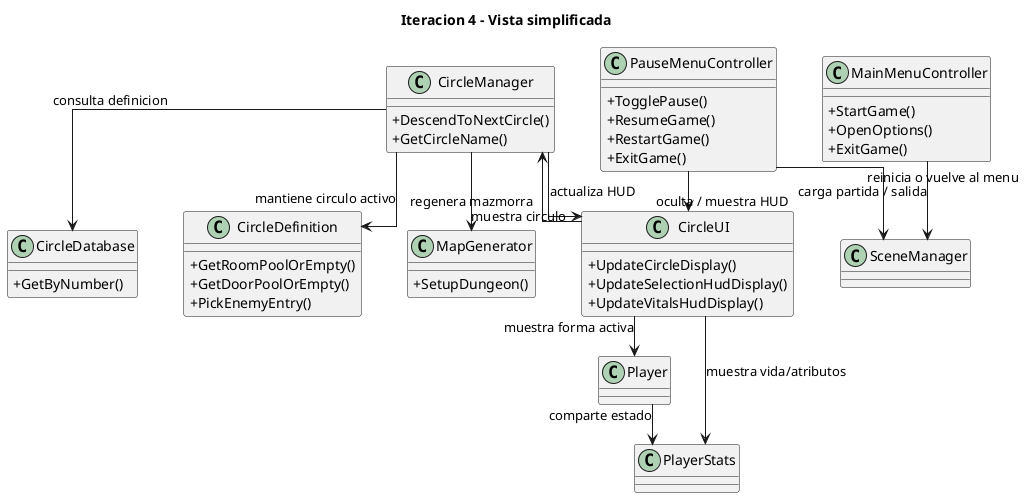
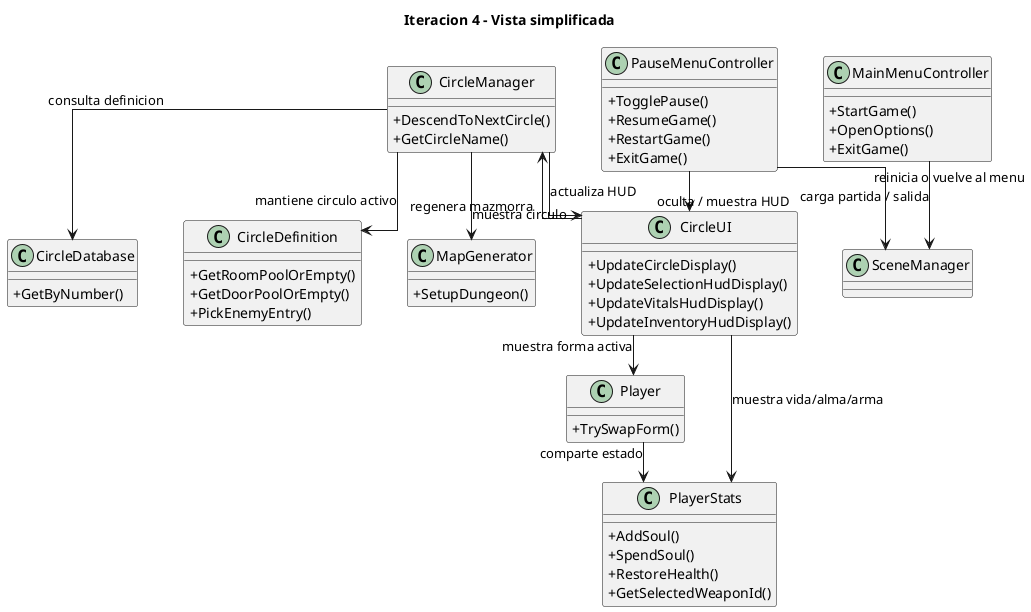
@startuml
skinparam backgroundColor white
skinparam shadowing false
skinparam classAttributeIconSize 0
skinparam packageStyle rectangle
skinparam linetype ortho
skinparam nodesep 45
skinparam ranksep 40

title Iteracion 4 - Vista simplificada

class CircleManager {
  +DescendToNextCircle()
  +GetCircleName()
}

class CircleDatabase {
  +GetByNumber()
}

class CircleDefinition {
  +GetRoomPoolOrEmpty()
  +GetDoorPoolOrEmpty()
  +PickEnemyEntry()
}

class CircleUI {
  +UpdateCircleDisplay()
  +UpdateSelectionHudDisplay()
  +UpdateVitalsHudDisplay()
+   +UpdateInventoryHudDisplay()
}

class MainMenuController {
  +StartGame()
  +OpenOptions()
  +ExitGame()
}

class PauseMenuController {
  +TogglePause()
  +ResumeGame()
  +RestartGame()
  +ExitGame()
}

class SceneManager

class MapGenerator {
  +SetupDungeon()
}

- class Player
- class PlayerStats
+ class Player {
+   +TrySwapForm()
+ }
+ 
+ class PlayerStats {
+   +AddSoul()
+   +SpendSoul()
+   +RestoreHealth()
+   +GetSelectedWeaponId()
+ }

CircleManager --> CircleDatabase : consulta definicion
CircleManager --> CircleDefinition : mantiene circulo activo
CircleManager --> CircleUI : actualiza HUD
CircleManager --> MapGenerator : regenera mazmorra

CircleUI --> CircleManager : muestra circulo
CircleUI --> Player : muestra forma activa
- CircleUI --> PlayerStats : muestra vida/atributos
+ CircleUI --> PlayerStats : muestra vida/alma/arma

MainMenuController --> SceneManager : carga partida / salida

PauseMenuController --> SceneManager : reinicia o vuelve al menu
PauseMenuController --> CircleUI : oculta / muestra HUD

Player --> PlayerStats : comparte estado

@enduml
